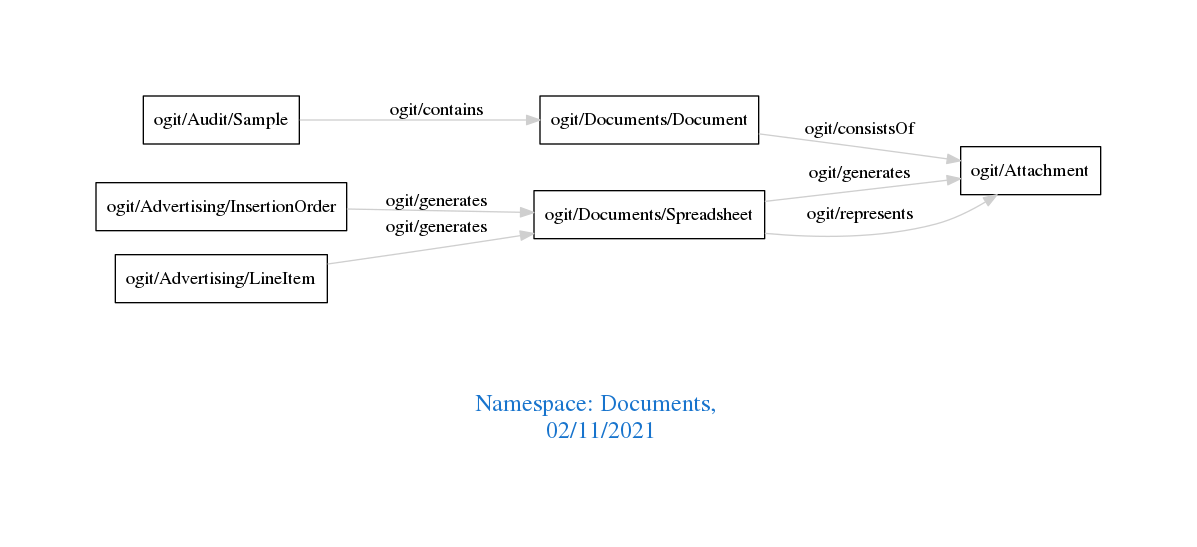
This is downloads/Documents.png from arago/OGIT, a Graphviz export, as it was before one commit. Its source is kept beside it as downloads/Documents.dot.
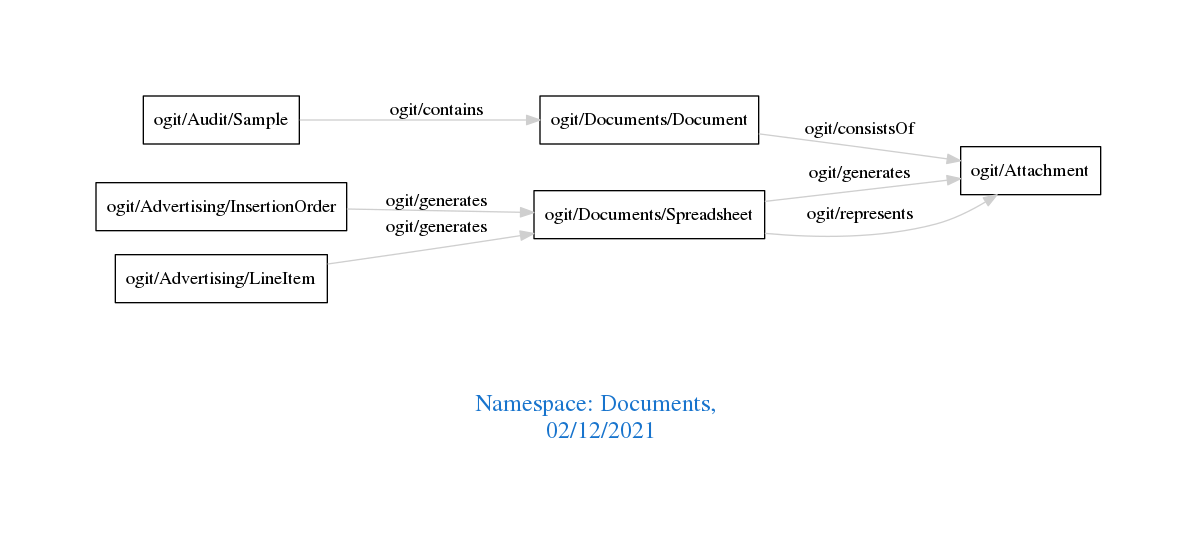
The same file after the commit.

Diff of the diagram source:
```diff
@@ -1,7 +1,7 @@
 digraph OGIT_ontology {
  graph [ rankdir= LR,pad=1
 fontsize = 18,
-fontcolor= dodgerblue3,label = "\n\n\nNamespace: Documents, \n 02/11/2021"];
+fontcolor= dodgerblue3,label = "\n\n\nNamespace: Documents, \n 02/12/2021"];
 node[shape=polygon];
 edge [  color="gray81"];
 
```
